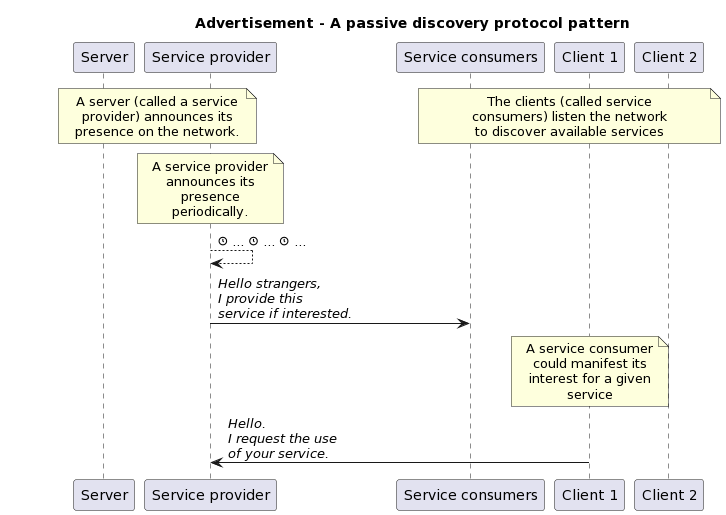
Before: 13-java-udp-programming/images/service-discovery-protocols-advertisement.png, a diagram exported from PlantUML (heig-vd-dai-course/heig-vd-dai-course). Its diagram source:
```plantuml
@startuml
skinparam noteTextAlignment center

title "Advertisement - A passive discovery protocol pattern"

participant "Server" as server
participant "Service provider" as provider
participant "Service consumers" as consumers
participant "Client 1" as client1
participant "Client 2" as client2

note over server, provider
A server (called a service
provider) announces its
presence on the network.
end note

/ note over consumers, client2
The clients (called service
consumers) listen the network
to discover available services
end note

note over provider
A service provider
announces its
presence
periodically.
end note

provider --> provider: <&clock> ... <&clock> ... <&clock> ...
provider -> consumers : <i>Hello strangers,</i>\n<i>I provide this</i>\n<i>service if interested.</i>

note over client1
A service consumer
could manifest its
interest for a given
service
end note

client1 -> provider: <i>Hello.</i>\n<i>I request the use</i>\n<i>of your service.</i>
@enduml
```
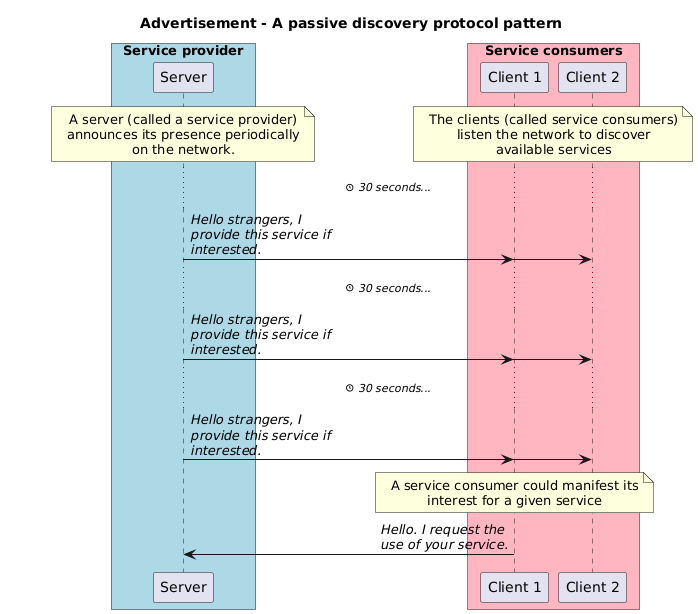
Later version of the same file.

Change to the diagram source:
```diff
@@ -1,42 +1,48 @@
 @startuml
+!pragma teoz true
+skinparam boxPadding 100
+skinparam maxMessageSize 150
 skinparam noteTextAlignment center
+skinparam sequenceMessageAlign direction
+skinparam wrapWidth 250
 
 title "Advertisement - A passive discovery protocol pattern"
 
-participant "Server" as server
-participant "Service provider" as provider
-participant "Service consumers" as consumers
-participant "Client 1" as client1
-participant "Client 2" as client2
+box "Service provider" #LightBlue
+  participant "Server" as server
+end box
 
-note over server, provider
-A server (called a service
-provider) announces its
-presence on the network.
+box "Service consumers" #LightPink
+  participant "Client 1" as client1
+  participant "Client 2" as client2
+end box
+
+note over server
+A server (called a service provider) announces its presence periodically on the network.
 end note
 
-/ note over consumers, client2
-The clients (called service
-consumers) listen the network
-to discover available services
+/ note over client1, client2
+The clients (called service consumers) listen the network to discover available services
 end note
 
-note over provider
-A service provider
-announces its
-presence
-periodically.
+... <&clock> <i>30 seconds...</i> ...
+
+server -> client1: <i>Hello strangers, I provide this service if interested.</i>
+& server -> client2
+
+... <&clock> <i>30 seconds...</i> ...
+
+server -> client1: <i>Hello strangers, I provide this service if interested.</i>
+& server -> client2
+
+... <&clock> <i>30 seconds...</i> ...
+
+server -> client1: <i>Hello strangers, I provide this service if interested.</i>
+& server -> client2
+
+note over client1
+A service consumer could manifest its interest for a given service
 end note
 
-provider --> provider: <&clock> ... <&clock> ... <&clock> ...
-provider -> consumers : <i>Hello strangers,</i>\n<i>I provide this</i>\n<i>service if interested.</i>
-
-note over client1
-A service consumer
-could manifest its
-interest for a given
-service
-end note
-
-client1 -> provider: <i>Hello.</i>\n<i>I request the use</i>\n<i>of your service.</i>
+client1 -> server: <i>Hello. I request the use of your service.</i>
 @enduml
```
